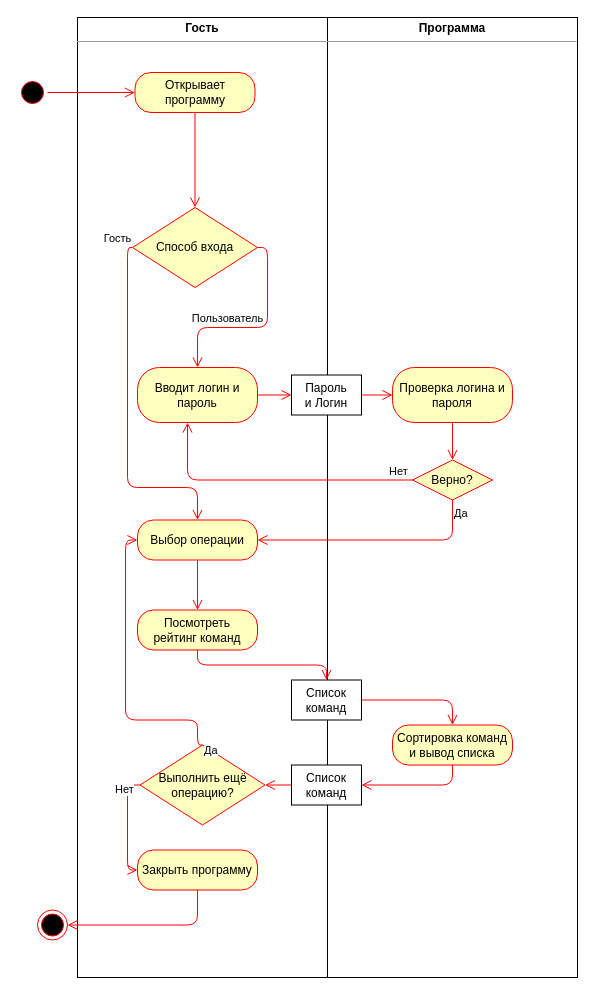
The draw.io diagram page "Рейтинг(Пловец)" (1 of 10) of business_process_diagram.drawio in hardlywave/PPVIS, before the edit. Source tidied: cells renumbered, new cells numbered last; positions are measured from the earlier drawing's top-left corner, leaving out a move shared by most shapes. Both pictures are drawn from the tidied source at 100%, with x=0, y=0 at pixel (17, 17).
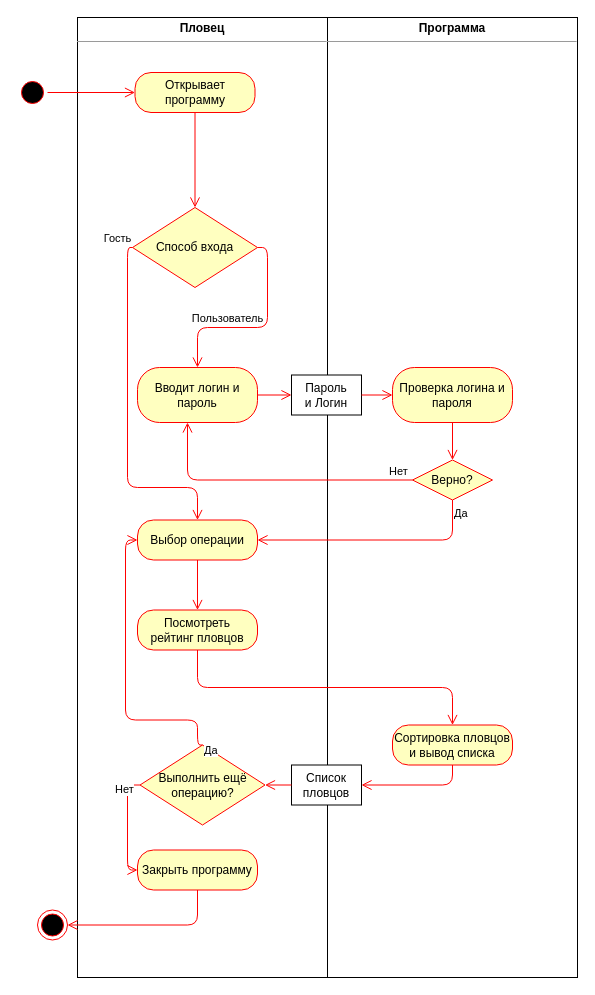
After the change.

What changed in the source:
```diff
@@
-    <mxCell id="2" value="&lt;p style=&quot;margin: 0px ; margin-top: 4px ; text-align: center&quot;&gt;&lt;b&gt;Гость&lt;/b&gt;&lt;/p&gt;&lt;hr size=&quot;1&quot;&gt;&lt;div style=&quot;height: 2px&quot;&gt;&lt;/div&gt;" style="verticalAlign=top;align=left;overflow=fill;fontSize=12;fontFamily=Helvetica;html=1;" parent="1" vertex="1">
+    <mxCell id="2" value="&lt;p style=&quot;margin: 0px ; margin-top: 4px ; text-align: center&quot;&gt;&lt;b&gt;Пловец&lt;/b&gt;&lt;/p&gt;&lt;hr size=&quot;1&quot;&gt;&lt;div style=&quot;height: 2px&quot;&gt;&lt;/div&gt;" style="verticalAlign=top;align=left;overflow=fill;fontSize=12;fontFamily=Helvetica;html=1;" parent="1" vertex="1">
       <mxGeometry x="60" width="250" height="960" as="geometry" />
     </mxCell>
@@
-    <mxCell id="17" value="Посмотреть&lt;br&gt;рейтинг команд" style="rounded=1;whiteSpace=wrap;html=1;arcSize=40;fontColor=#000000;fillColor=#ffffc0;strokeColor=#ff0000;" parent="1" vertex="1">
+    <mxCell id="17" value="Посмотреть&lt;br&gt;рейтинг пловцов" style="rounded=1;whiteSpace=wrap;html=1;arcSize=40;fontColor=#000000;fillColor=#ffffc0;strokeColor=#ff0000;" parent="1" vertex="1">
       <mxGeometry x="120" y="592.5" width="120" height="40" as="geometry" />
     </mxCell>
-    <mxCell id="18" value="Список&lt;br&gt;команд" style="rounded=0;whiteSpace=wrap;html=1;" parent="1" vertex="1">
-      <mxGeometry x="274" y="662.5" width="70" height="40" as="geometry" />
-    </mxCell>
-    <mxCell id="19" value="Сортировка команд&lt;br&gt;и вывод списка" style="rounded=1;whiteSpace=wrap;html=1;arcSize=40;fontColor=#000000;fillColor=#ffffc0;strokeColor=#ff0000;" parent="1" vertex="1">
+    <mxCell id="19" value="Сортировка пловцов&lt;br&gt;и вывод списка" style="rounded=1;whiteSpace=wrap;html=1;arcSize=40;fontColor=#000000;fillColor=#ffffc0;strokeColor=#ff0000;" parent="1" vertex="1">
       <mxGeometry x="375" y="707.5" width="120" height="40" as="geometry" />
     </mxCell>
-    <mxCell id="20" style="edgeStyle=orthogonalEdgeStyle;html=1;verticalAlign=bottom;endArrow=open;endSize=8;strokeColor=#ff0000;exitX=1;exitY=0.5;exitDx=0;exitDy=0;entryX=0.5;entryY=0;entryDx=0;entryDy=0;" parent="1" edge="1" source="18" target="19">
-      <mxGeometry relative="1" as="geometry" />
-    </mxCell>
-    <mxCell id="21" style="edgeStyle=orthogonalEdgeStyle;html=1;verticalAlign=bottom;endArrow=open;endSize=8;strokeColor=#ff0000;exitX=0.5;exitY=1;exitDx=0;exitDy=0;" parent="1" edge="1" source="17" target="18">
+    <mxCell id="21" style="edgeStyle=orthogonalEdgeStyle;html=1;verticalAlign=bottom;endArrow=open;endSize=8;strokeColor=#ff0000;exitX=0.5;exitY=1;exitDx=0;exitDy=0;" parent="1" edge="1" source="17" target="19">
       <mxGeometry relative="1" as="geometry" />
     </mxCell>
-    <mxCell id="22" value="Список команд" style="rounded=0;whiteSpace=wrap;html=1;" parent="1" vertex="1">
+    <mxCell id="22" value="Список пловцов" style="rounded=0;whiteSpace=wrap;html=1;" parent="1" vertex="1">
       <mxGeometry x="274" y="747.5" width="70" height="40" as="geometry" />
     </mxCell>
```
